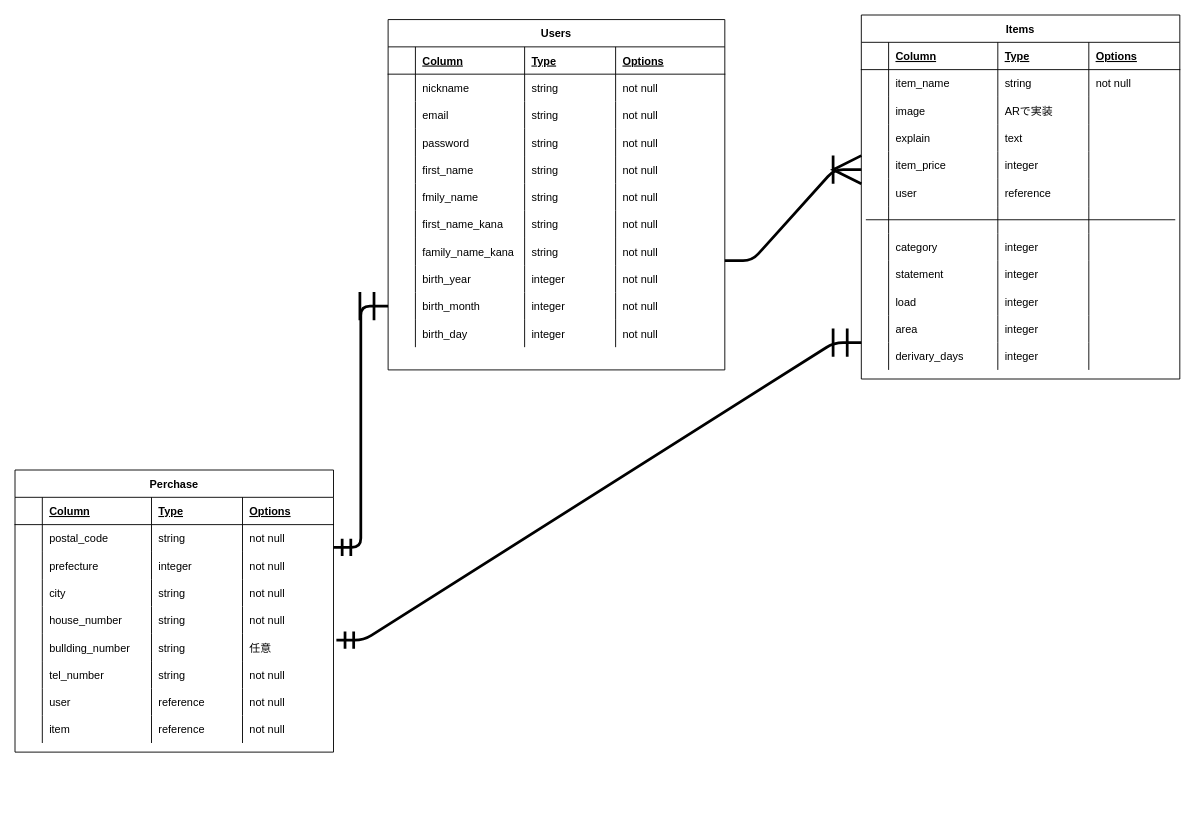
kuuleon/furima-kagawa2021-passpo keeps this draw.io diagram as furima_table.dio. Above is the earlier version. Source tidied: cells renumbered, new cells numbered last; positions are measured from the earlier drawing's top-left corner, leaving out a move shared by most shapes. Both pictures are drawn from the tidied source at 91%, with x=0, y=0 at pixel (15, 15).
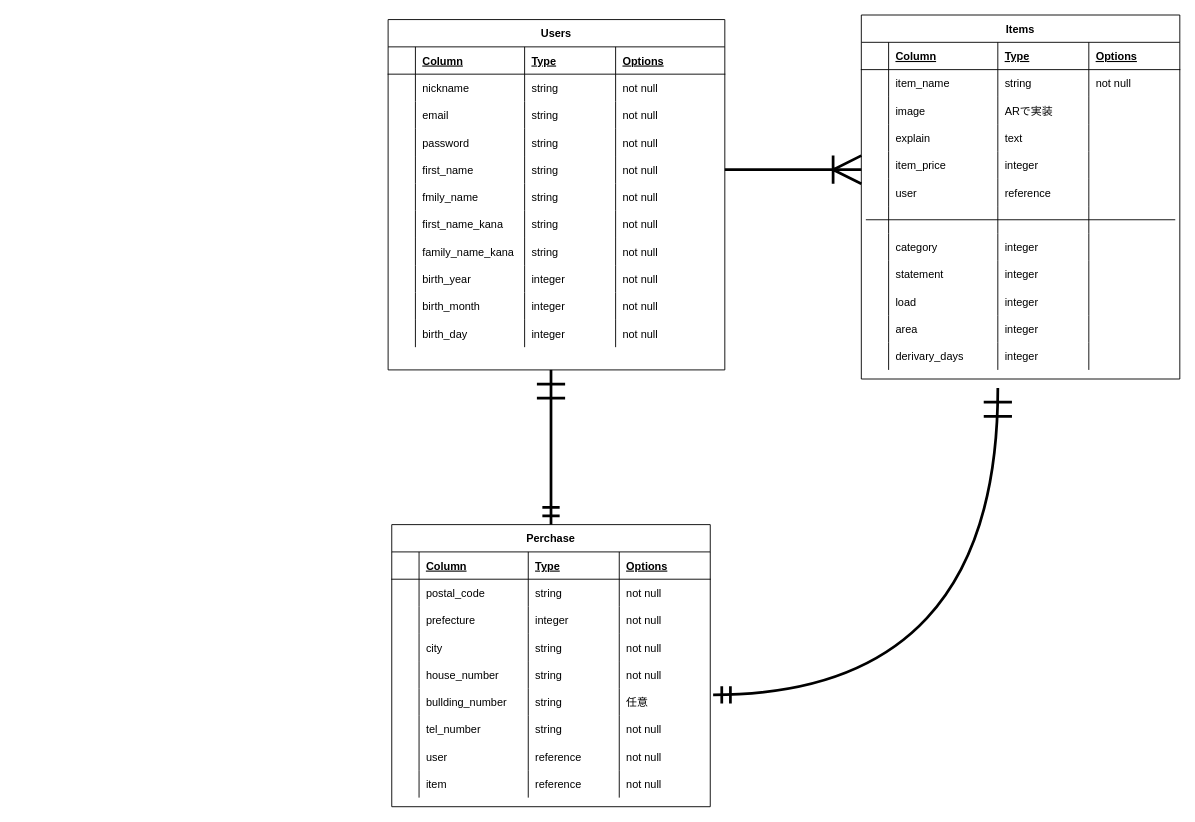
After the change.

The change refers to these unchanged cells:
```xml
<mxCell id="24" style="shape=partialRectangle;fillColor=none;top=0;left=0;bottom=0;right=0;points=[[0,0.5],[1,0.5]];portConstraint=eastwest;" parent="2" vertex="1">
  <mxGeometry y="150" width="370" height="30" as="geometry" />
</mxCell>
<mxCell id="132" style="shape=partialRectangle;fillColor=none;top=0;left=0;bottom=0;right=0;points=[[0,0.5],[1,0.5]];portConstraint=eastwest;" parent="121" vertex="1">
  <mxGeometry y="90" width="350" height="30" as="geometry" />
</mxCell>
<mxCell id="148" style="shape=partialRectangle;fillColor=none;top=0;left=0;bottom=0;right=0;points=[[0,0.5],[1,0.5]];portConstraint=eastwest;" parent="121" vertex="1">
  <mxGeometry y="180" width="350" height="30" as="geometry" />
</mxCell>
```

Diff of the diagram source:
```diff
@@
     <mxCell id="121" value="Perchase" style="shape=table;startSize=30;childLayout=tableLayout;rowLines=0;fontStyle=1;align=center;" parent="1" vertex="1">
-      <mxGeometry y="500" width="350" height="310" as="geometry" />
+      <mxGeometry x="414" y="560" width="350" height="310" as="geometry" />
     </mxCell>
@@
-    <mxCell id="169" style="edgeStyle=entityRelationEdgeStyle;fontSize=12;html=1;endArrow=ERoneToMany;endSize=27;startSize=15;jumpSize=19;strokeWidth=3;" parent="1" edge="1">
+    <mxCell id="169" style="edgeStyle=entityRelationEdgeStyle;fontSize=12;html=1;endArrow=ERoneToMany;endSize=27;startSize=15;jumpSize=19;strokeWidth=3;exitX=1;exitY=0.5;exitDx=0;exitDy=0;" parent="1" edge="1" source="24">
       <mxGeometry relative="1" as="geometry">
-        <mxPoint x="780" y="270" as="sourcePoint" />
         <mxPoint x="930" y="170" as="targetPoint" />
       </mxGeometry>
     </mxCell>
-    <mxCell id="170" style="edgeStyle=entityRelationEdgeStyle;fontSize=12;html=1;endArrow=ERmandOne;startArrow=ERmandOne;startSize=15;endSize=27;strokeWidth=3;exitX=1.009;exitY=0.233;exitDx=0;exitDy=0;exitPerimeter=0;" parent="1" edge="1" source="148">
+    <mxCell id="170" style="edgeStyle=orthogonalEdgeStyle;fontSize=12;html=1;endArrow=ERmandOne;startArrow=ERmandOne;startSize=15;endSize=27;strokeWidth=3;exitX=1.009;exitY=0.233;exitDx=0;exitDy=0;exitPerimeter=0;curved=1;" parent="1" edge="1" source="148">
       <mxGeometry relative="1" as="geometry">
-        <mxPoint x="930" y="360" as="targetPoint" />
+        <mxPoint x="1080" y="410" as="targetPoint" />
       </mxGeometry>
     </mxCell>
-    <mxCell id="171" style="edgeStyle=entityRelationEdgeStyle;fontSize=12;html=1;endArrow=ERmandOne;startArrow=ERmandOne;startSize=15;endSize=27;strokeWidth=3;exitX=1;exitY=-0.167;exitDx=0;exitDy=0;exitPerimeter=0;" parent="1" edge="1" source="132">
+    <mxCell id="171" style="edgeStyle=orthogonalEdgeStyle;fontSize=12;html=1;endArrow=ERmandOne;startArrow=ERmandOne;startSize=15;endSize=27;strokeWidth=3;curved=1;exitX=0.5;exitY=0;exitDx=0;exitDy=0;" parent="1" edge="1" source="121">
       <mxGeometry relative="1" as="geometry">
-        <mxPoint x="410" y="320" as="targetPoint" />
+        <mxPoint x="589" y="390" as="targetPoint" />
       </mxGeometry>
     </mxCell>
```
